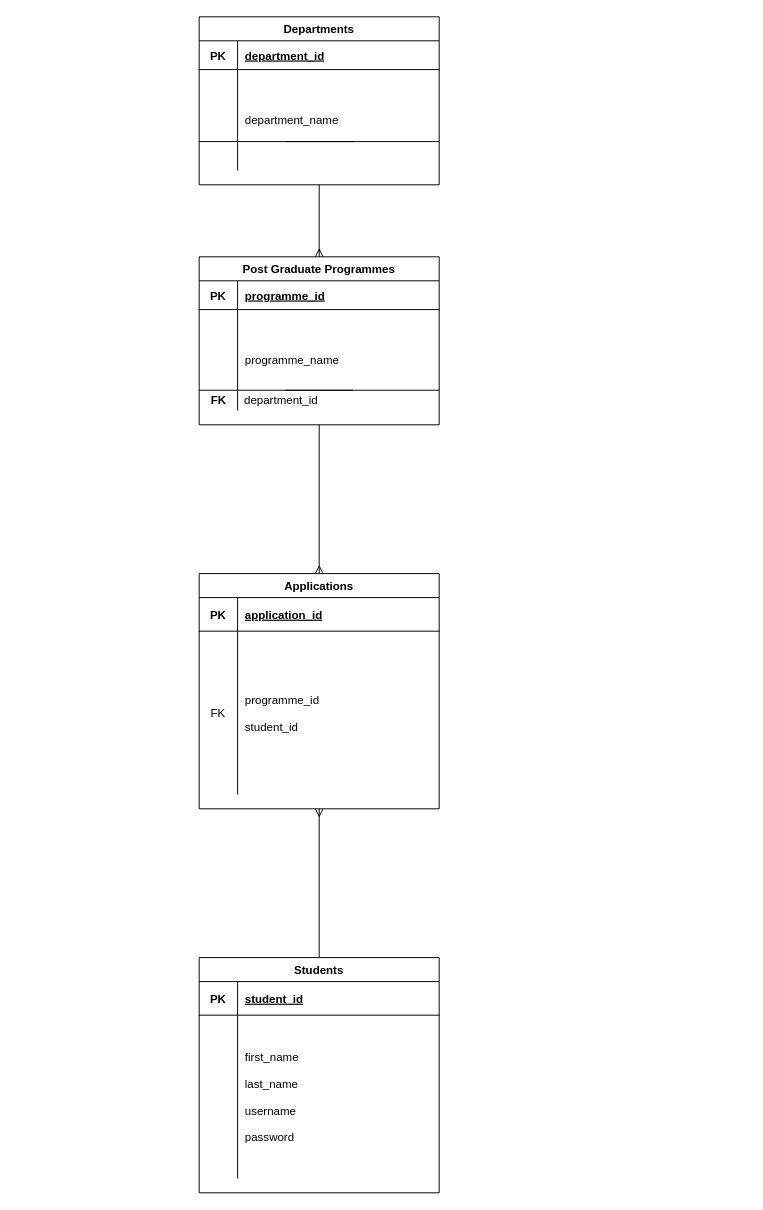
Before: 2018/05/Untitled Diagram.drawio in AndreasPatsimas/advent-of-code, a draw.io diagram. Source tidied: cells renumbered, new cells numbered last; positions are measured from the earlier drawing's top-left corner, leaving out a move shared by most shapes. Both pictures are drawn from the tidied source at 96%, with x=0, y=0 at pixel (199, 16).
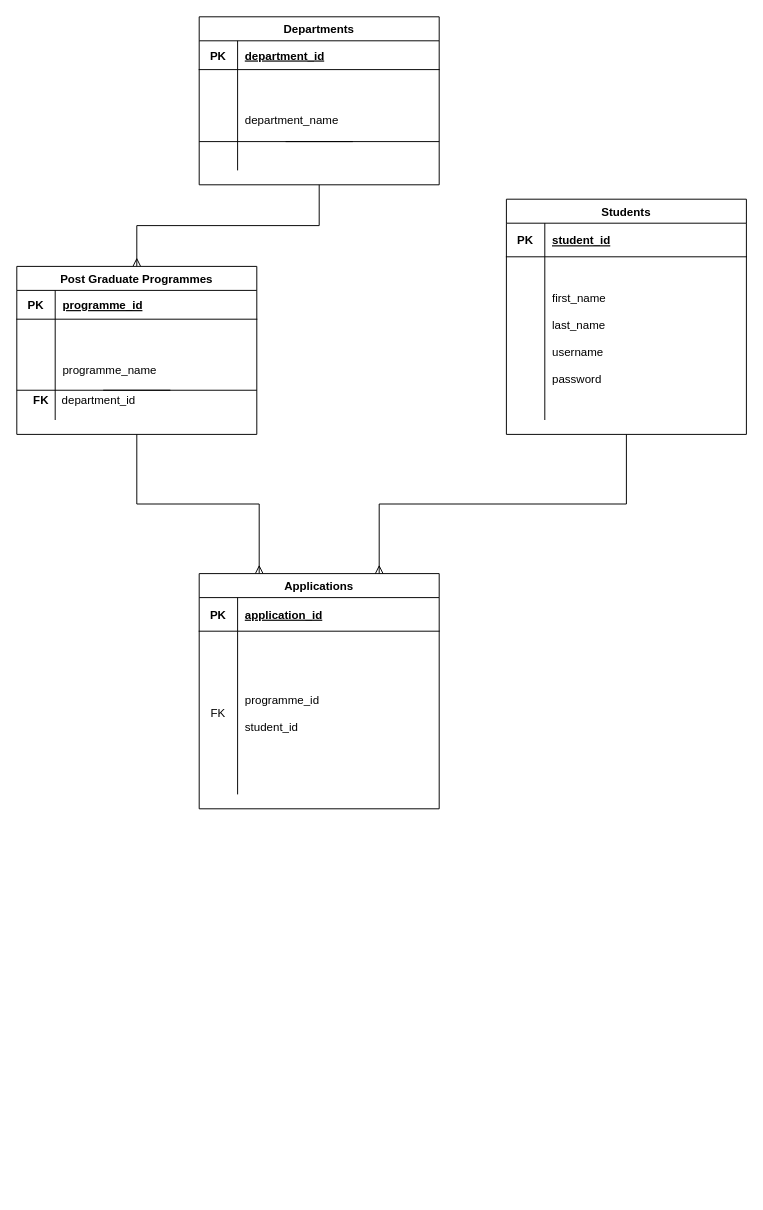
The same page after the edit.

The change refers to these unchanged cells:
```xml
<mxCell id="29" value="Applications" style="shape=table;startSize=25;childLayout=tableLayout;rowLines=0;fontStyle=1;align=center;" parent="1" vertex="1">
  <mxGeometry y="580" width="250" height="245" as="geometry" />
</mxCell>
```

Diff of the diagram source:
```diff
@@
-    <mxCell id="15" style="edgeStyle=orthogonalEdgeStyle;rounded=0;jettySize=auto;html=1;exitX=0.5;exitY=1;exitDx=0;exitDy=0;entryX=0.5;entryY=0;entryDx=0;entryDy=0;endArrow=ERmany;endFill=0;" parent="1" edge="1" source="16" target="29">
+    <mxCell id="15" style="edgeStyle=orthogonalEdgeStyle;rounded=0;jettySize=auto;html=1;exitX=0.5;exitY=1;exitDx=0;exitDy=0;entryX=0.25;entryY=0;entryDx=0;entryDy=0;endArrow=ERmany;endFill=0;" parent="1" edge="1" source="16" target="29">
       <mxGeometry relative="1" as="geometry" />
     </mxCell>
     <mxCell id="16" value="Post Graduate Programmes" style="shape=table;startSize=25;childLayout=tableLayout;rowLines=0;fontStyle=1;align=center;" parent="1" vertex="1">
-      <mxGeometry y="250" width="250" height="175" as="geometry" />
+      <mxGeometry x="-190" y="260" width="250" height="175" as="geometry" />
     </mxCell>
@@
     <mxCell id="23" value="&lt;b&gt;FK&lt;/b&gt;" style="text;html=1;align=center;verticalAlign=middle;" parent="1" vertex="1">
-      <mxGeometry x="5" y="390" width="30" height="20" as="geometry" />
+      <mxGeometry x="-180" y="390" width="30" height="20" as="geometry" />
     </mxCell>
     <mxCell id="24" value="&lt;span style=&quot;text-align: left&quot;&gt;department&lt;/span&gt;_id" style="text;html=1;align=center;verticalAlign=middle;" parent="1" vertex="1">
-      <mxGeometry x="40" y="390" width="90" height="20" as="geometry" />
+      <mxGeometry x="-150" y="390" width="90" height="20" as="geometry" />
     </mxCell>
     <mxCell id="25" style="endArrow=none;html=1;rounded=0;" parent="1" edge="1">
       <mxGeometry relative="1" as="geometry">
-        <mxPoint y="389" as="sourcePoint" />
-        <mxPoint x="160" y="389" as="targetPoint" />
+        <mxPoint x="-190" y="389" as="sourcePoint" />
+        <mxPoint x="-30" y="389" as="targetPoint" />
       </mxGeometry>
     </mxCell>
@@
     <mxCell id="27" style="endArrow=none;html=1;rounded=0;" parent="1" edge="1">
       <mxGeometry relative="1" as="geometry">
-        <mxPoint x="90" y="389" as="sourcePoint" />
-        <mxPoint x="250" y="389" as="targetPoint" />
+        <mxPoint x="-100" y="389" as="sourcePoint" />
+        <mxPoint x="60" y="389" as="targetPoint" />
       </mxGeometry>
     </mxCell>
@@
-    <mxCell id="36" style="edgeStyle=orthogonalEdgeStyle;rounded=0;jettySize=auto;html=1;exitX=0.5;exitY=0;exitDx=0;exitDy=0;entryX=0.5;entryY=1;entryDx=0;entryDy=0;endArrow=ERmany;endFill=0;" parent="1" edge="1" source="37" target="29">
+    <mxCell id="36" style="edgeStyle=orthogonalEdgeStyle;rounded=0;jettySize=auto;html=1;exitX=0.5;exitY=1;exitDx=0;exitDy=0;entryX=0.75;entryY=0;entryDx=0;entryDy=0;endArrow=ERmany;endFill=0;" parent="1" edge="1" source="37" target="29">
       <mxGeometry relative="1" as="geometry" />
     </mxCell>
     <mxCell id="37" value="Students" style="shape=table;startSize=25;childLayout=tableLayout;rowLines=0;fontStyle=1;align=center;" parent="1" vertex="1">
-      <mxGeometry y="980" width="250" height="245" as="geometry" />
+      <mxGeometry x="320" y="190" width="250" height="245" as="geometry" />
     </mxCell>
```
